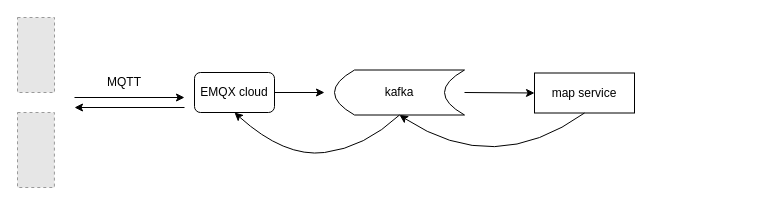
Before: page "足迹上传" (4 of 5) of jagat_业务架构.drawio in seasonouc/blog, a draw.io diagram. Source tidied: cells renumbered, new cells numbered last; positions are measured from the earlier drawing's top-left corner, leaving out a move shared by most shapes. Both pictures are drawn from the tidied source at 100%, with x=0, y=0 at pixel (17, 17). Pictures stored in the file or linked from it are replaced by grey dashed boxes.
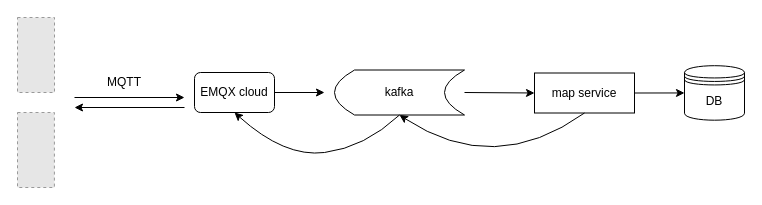
Above is the later version.

Unchanged cells that the change refers to:
```xml
<mxCell id="9" value="map service" style="rounded=0;whiteSpace=wrap;html=1;" parent="1" vertex="1">
  <mxGeometry x="517" y="55.5" width="100" height="40" as="geometry" />
</mxCell>
```

What changed in the source:
```diff
@@
+    <mxCell id="14" value="DB" style="shape=datastore;whiteSpace=wrap;html=1;" parent="1" vertex="1">
+      <mxGeometry x="667" y="48.2" width="60" height="54.5" as="geometry" />
+    </mxCell>
+    <mxCell id="15" style="endArrow=classic;html=1;rounded=0;exitX=1;exitY=0.5;exitDx=0;exitDy=0;entryX=0;entryY=0.5;entryDx=0;entryDy=0;" parent="1" edge="1" source="9" target="14">
+      <mxGeometry relative="1" as="geometry" />
+    </mxCell>
```
